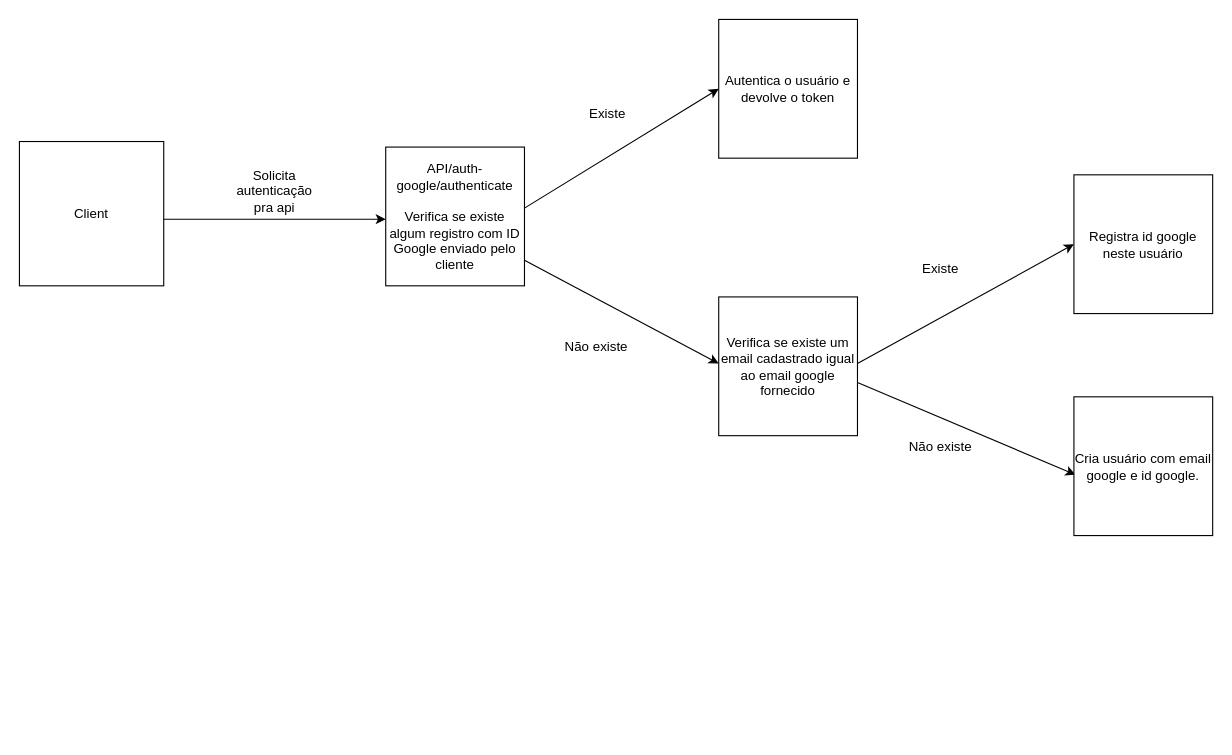
Earlier version of the draw.io diagram login-google.drawio (mateus-s-silva/draw.io). Source tidied: cells renumbered, new cells numbered last; positions are measured from the earlier drawing's top-left corner, leaving out a move shared by most shapes. Both pictures are drawn from the tidied source at 111%, with x=0, y=0 at pixel (19, 19).
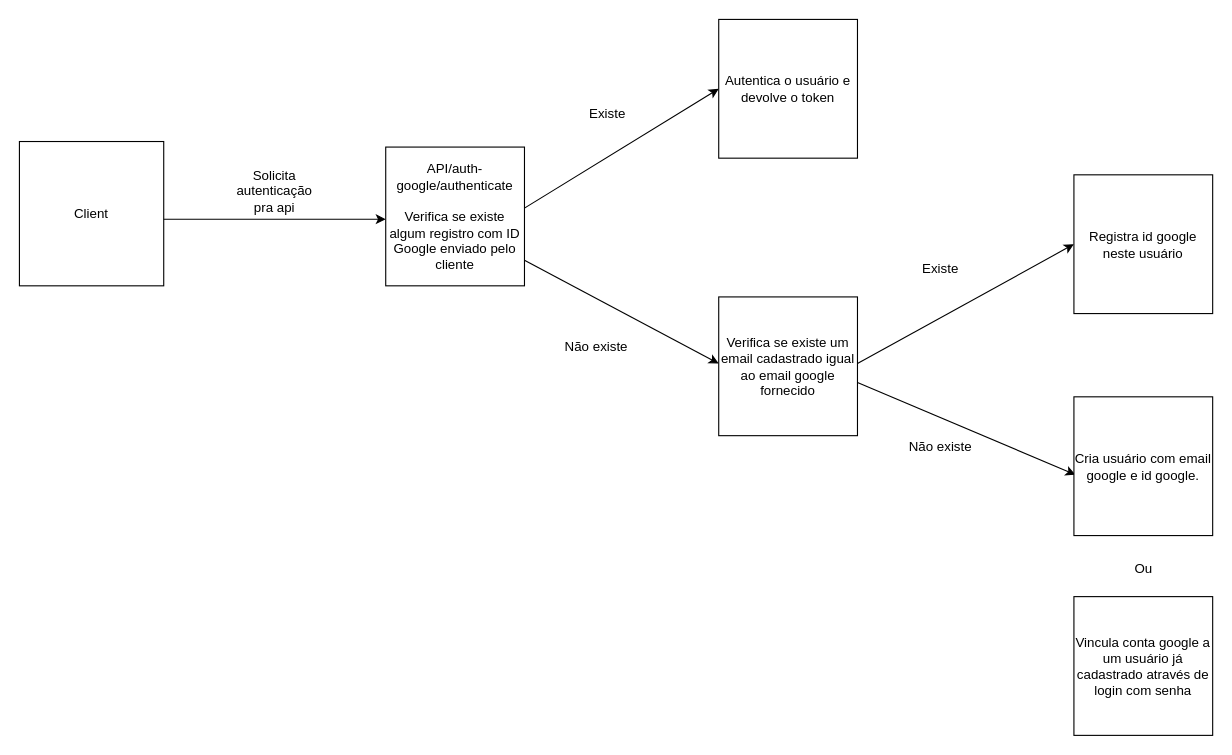
The same page after the edit.

Diff of the diagram source:
```diff
@@
+    <mxCell id="18" value="Vincula conta google a um usuário já cadastrado através de login com senha" style="whiteSpace=wrap;html=1;" parent="1" vertex="1">
+      <mxGeometry x="950" y="520" width="125" height="125" as="geometry" />
+    </mxCell>
+    <mxCell id="19" value="Ou" style="text;html=1;align=center;verticalAlign=middle;whiteSpace=wrap;rounded=0;" parent="1" vertex="1">
+      <mxGeometry x="982.5" y="480" width="60" height="30" as="geometry" />
+    </mxCell>
```
